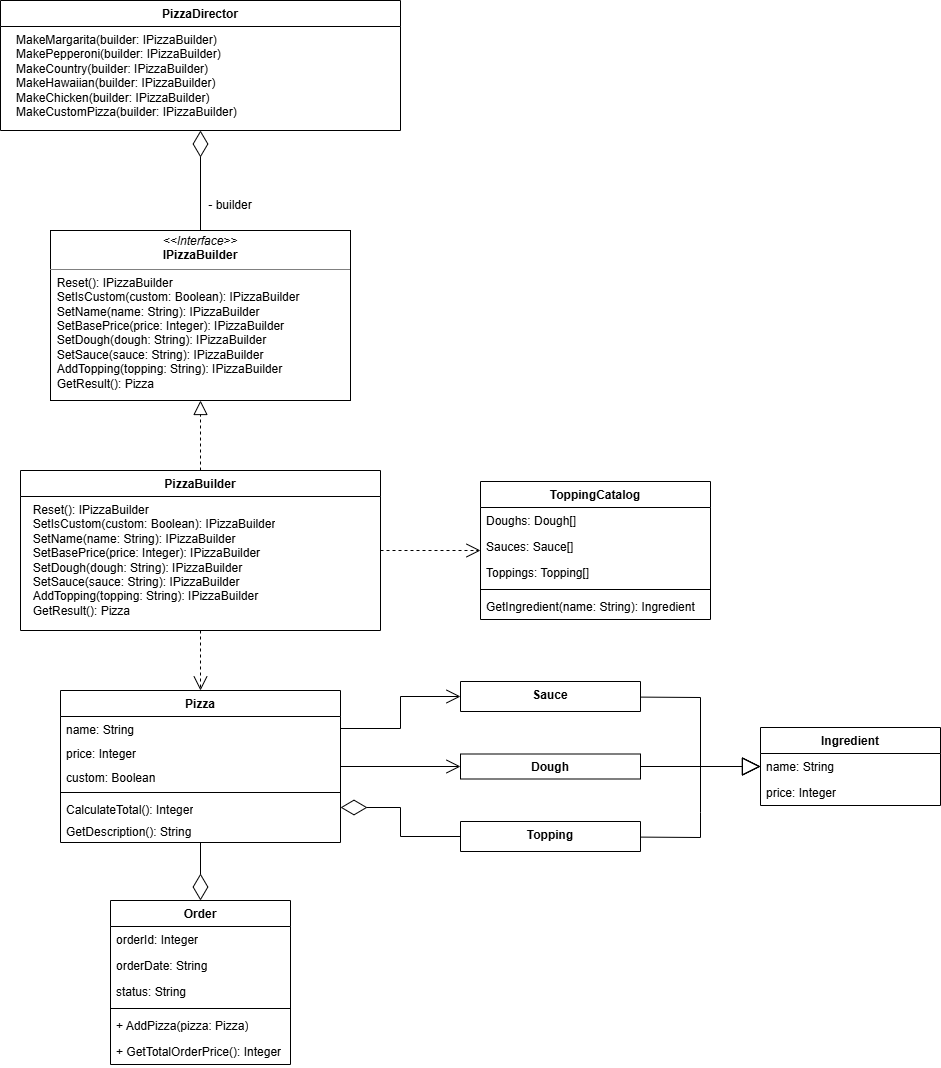
Before: lab01/DC_done.drawio.png, a diagram exported from draw.io (ShemetovDanila/Object-oriented-analysis-and-design-2). Source tidied: cells renumbered, new cells last; positions are measured from the earlier drawing's top-left corner, leaving out a move shared by most shapes.
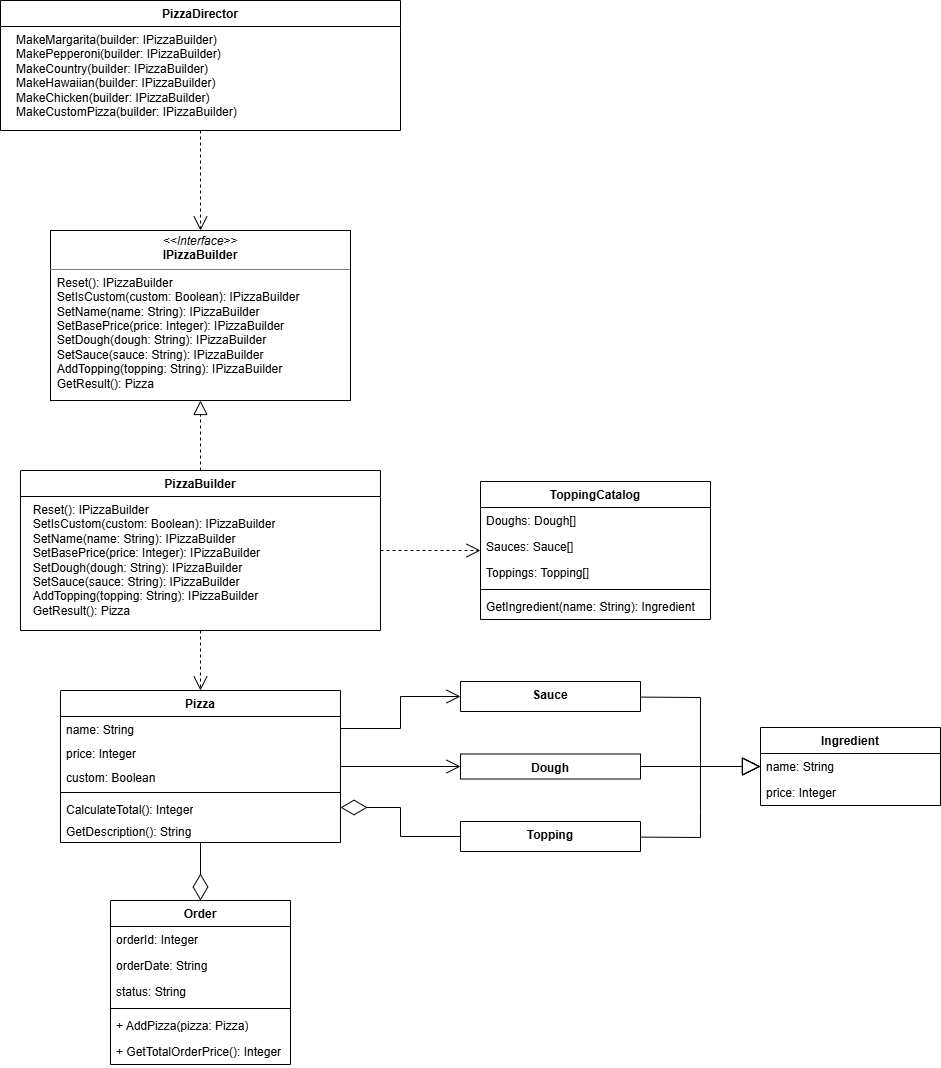
Later version of the same file.

The edit, as a diff of the source:
```diff
@@ -41,12 +41,6 @@
     <mxCell id="14" style="endArrow=open;endSize=12;dashed=1;html=1;rounded=0;" parent="1" edge="1" source="2" target="4">
       <mxGeometry relative="1" as="geometry" />
     </mxCell>
-    <mxCell id="15" style="endArrow=diamondThin;endFill=0;endSize=24;html=1;rounded=0;" parent="1" edge="1" source="17" target="11">
-      <mxGeometry relative="1" as="geometry" />
-    </mxCell>
-    <mxCell id="16" value="- builder" style="text;html=1;whiteSpace=wrap;strokeColor=none;fillColor=none;align=center;verticalAlign=middle;rounded=0;" parent="1" vertex="1">
-      <mxGeometry x="200" y="190" width="60" height="30" as="geometry" />
-    </mxCell>
     <mxCell id="17" value="&lt;p style=&quot;margin:0px;margin-top:4px;text-align:center;&quot;&gt;&lt;i&gt;&amp;lt;&amp;lt;Interface&amp;gt;&amp;gt;&lt;/i&gt;&lt;br&gt;&lt;b&gt;IPizzaBuilder&lt;/b&gt;&lt;/p&gt;&lt;hr size=&quot;1&quot; style=&quot;border-style:solid;&quot;&gt;&lt;p style=&quot;cursor: text; box-sizing: border-box; margin: 0px; padding: 0px; counter-reset: list-1 0 list-2 0 list-3 0 list-4 0 list-5 0 list-6 0 list-7 0 list-8 0 list-9 0; color: rgb(227, 227, 227);&quot;&gt;&lt;font face=&quot;Google Sans Flex, Google Sans, Helvetica Neue, sans-serif&quot; style=&quot;color: rgb(0, 0, 0);&quot;&gt;&lt;span style=&quot;font-variant-ligatures: none; white-space-collapse: preserve;&quot;&gt;  Reset(): IPizzaBuilder&lt;/span&gt;&lt;/font&gt;&lt;/p&gt;&lt;p style=&quot;cursor: text; box-sizing: border-box; margin: 0px; padding: 0px; counter-reset: list-1 0 list-2 0 list-3 0 list-4 0 list-5 0 list-6 0 list-7 0 list-8 0 list-9 0; color: rgb(227, 227, 227);&quot;&gt;&lt;font face=&quot;Google Sans Flex, Google Sans, Helvetica Neue, sans-serif&quot; style=&quot;color: rgb(0, 0, 0);&quot;&gt;&lt;span style=&quot;font-variant-ligatures: none; white-space-collapse: preserve;&quot;&gt;  SetIsCustom(custom: Boolean): IPizzaBuilder&lt;br&gt;  SetName(name: String): IPizzaBuilder&lt;br&gt;  SetBasePrice(price: Integer): IPizzaBuilder&lt;br&gt;  SetDough(dough: String): IPizzaBuilder&lt;br&gt;  SetSauce(sauce: String): IPizzaBuilder&lt;br&gt;  AddTopping(topping: String): IPizzaBuilder&lt;br&gt;  GetResult(): Pizza&lt;/span&gt;&lt;/font&gt;&lt;/p&gt;" style="verticalAlign=top;align=left;overflow=fill;html=1;whiteSpace=wrap;" parent="1" vertex="1">
       <mxGeometry x="50" y="230" width="300" height="170" as="geometry" />
     </mxCell>
@@ -152,5 +146,8 @@
     <mxCell id="44" style="endArrow=open;endSize=12;dashed=1;html=1;rounded=0;" parent="1" edge="1" source="2" target="38">
       <mxGeometry relative="1" as="geometry" />
     </mxCell>
+    <mxCell id="45" style="endArrow=open;endSize=12;dashed=1;html=1;rounded=0;" parent="1" edge="1" source="11" target="17">
+      <mxGeometry relative="1" as="geometry" />
+    </mxCell>
   </root>
 </mxGraphModel>
```
